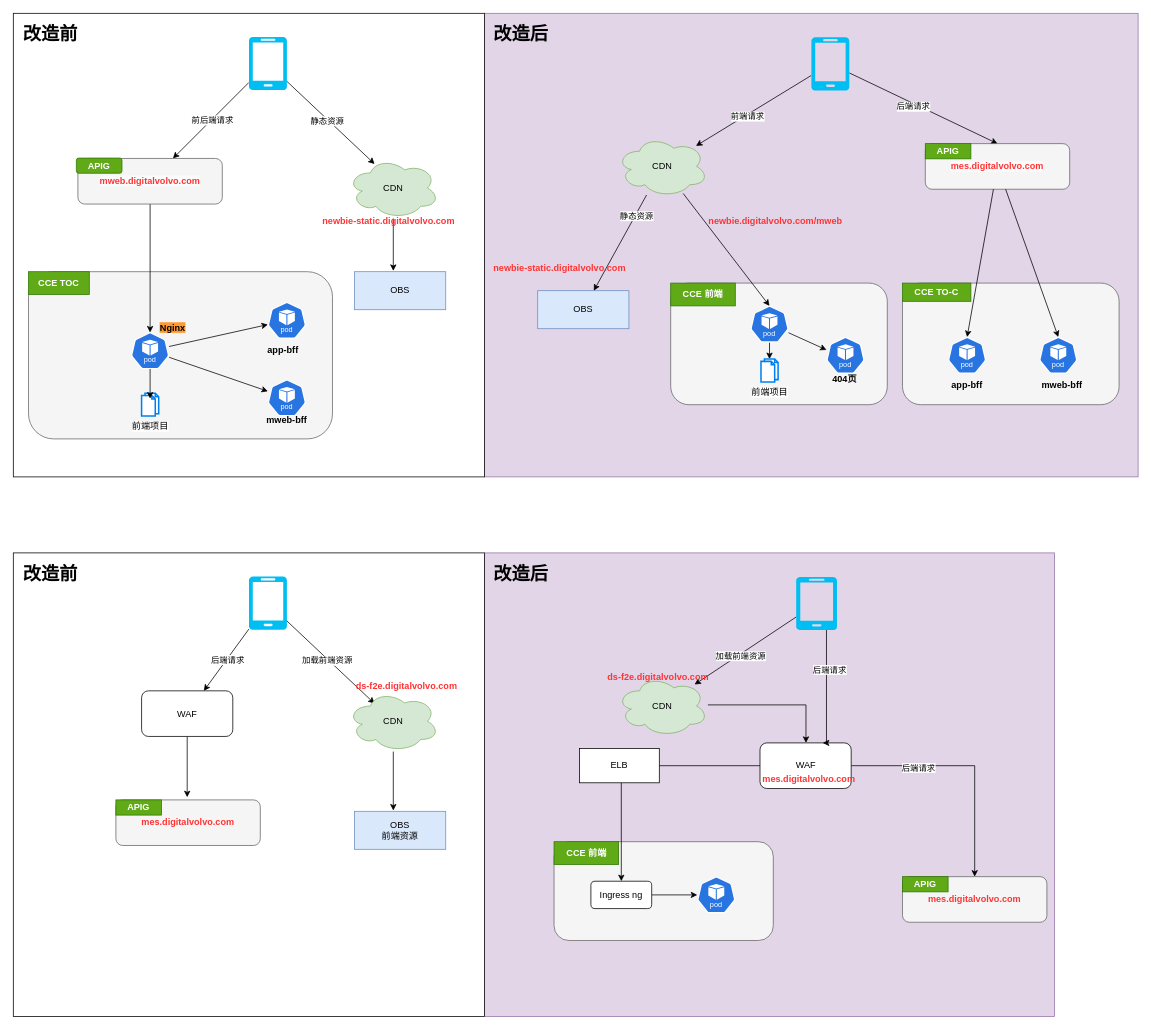
This is 前端改造.drawio from 463024907/draw.io, a draw.io file, before an edit. Source tidied: cells renumbered, new cells numbered last; positions are measured from the earlier drawing's top-left corner, leaving out a move shared by most shapes. Both pictures are drawn from the tidied source at 76%, with x=0, y=0 at pixel (13, 13).
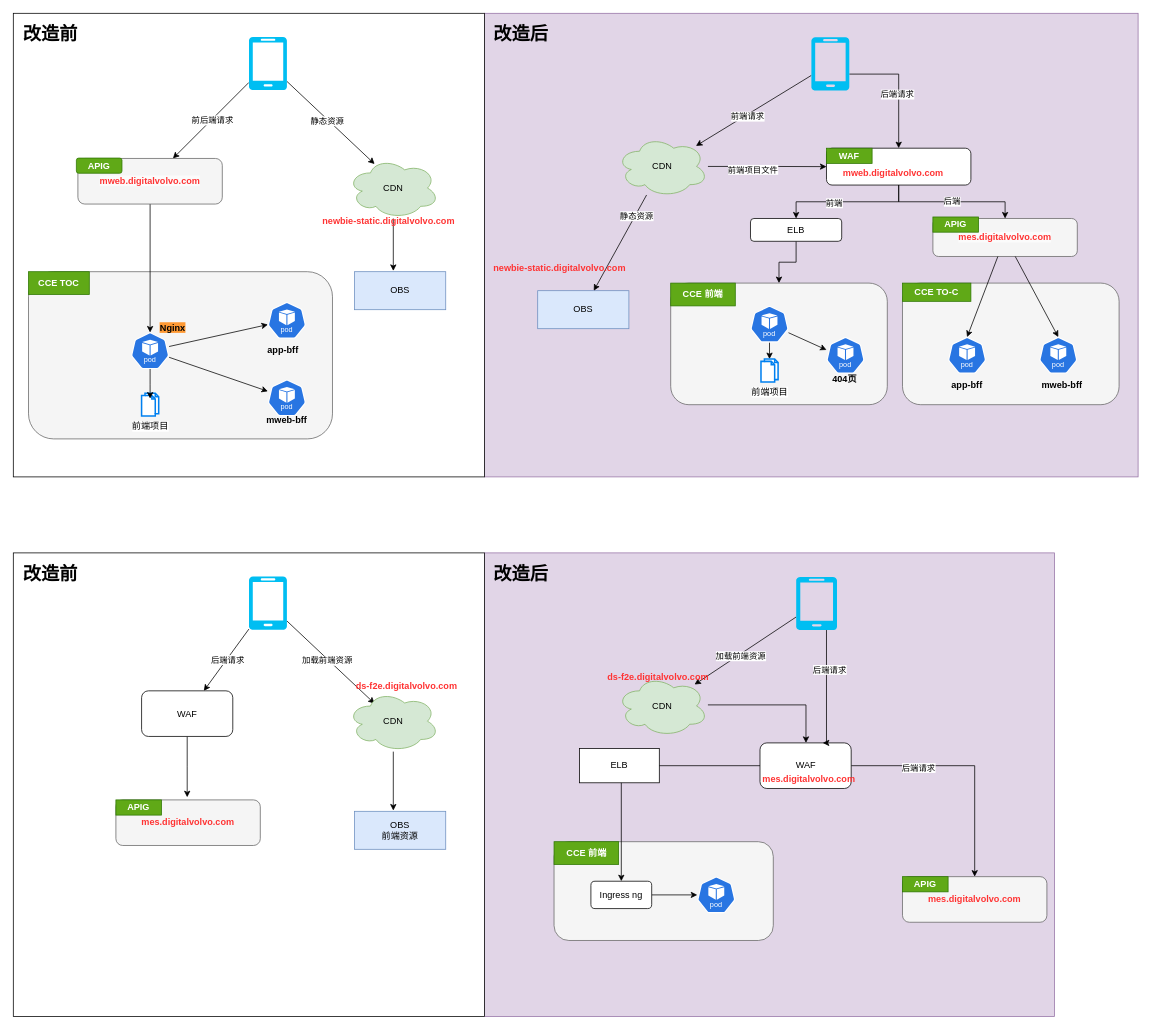
Above is the later version.

The change refers to these unchanged cells:
```xml
<mxCell id="28" style="verticalLabelPosition=bottom;html=1;verticalAlign=top;align=center;strokeColor=none;fillColor=#00BEF2;shape=mxgraph.azure.mobile;" parent="1" vertex="1">
  <mxGeometry x="1050" y="31.5" width="50" height="70" as="geometry" />
</mxCell>
<mxCell id="35" value="CDN" style="ellipse;shape=cloud;whiteSpace=wrap;html=1;fillColor=#d5e8d4;strokeColor=#82b366;" parent="1" vertex="1">
  <mxGeometry x="794" y="161.5" width="120" height="80" as="geometry" />
</mxCell>
<mxCell id="38" style="whiteSpace=wrap;html=1;rounded=1;fillColor=#f5f5f5;fontColor=#333333;strokeColor=#666666;" parent="1" vertex="1">
  <mxGeometry x="865" y="355" width="285" height="160" as="geometry" />
</mxCell>
<mxCell id="41" style="sketch=0;html=1;dashed=0;whitespace=wrap;fillColor=#2875E2;strokeColor=#ffffff;points=[[0.005,0.63,0],[0.1,0.2,0],[0.9,0.2,0],[0.5,0,0],[0.995,0.63,0],[0.72,0.99,0],[0.5,1,0],[0.28,0.99,0]];shape=mxgraph.kubernetes.icon2;kubernetesLabel=1;prIcon=pod;" parent="1" vertex="1">
  <mxGeometry x="970" y="385" width="50" height="48" as="geometry" />
</mxCell>
```

Diff of the diagram source:
```diff
@@
-    <mxCell id="26" style="rounded=0;jettySize=auto;html=1;entryX=0.5;entryY=0;entryDx=0;entryDy=0;" parent="1" edge="1" source="28" target="48">
-      <mxGeometry relative="1" as="geometry" />
-    </mxCell>
+    <mxCell id="98" style="edgeStyle=orthogonalEdgeStyle;rounded=0;jettySize=auto;html=1;entryX=0.5;entryY=0;entryDx=0;entryDy=0;" parent="1" edge="1" source="28" target="104">
+      <mxGeometry relative="1" as="geometry">
+        <Array as="points">
+          <mxPoint x="1165" y="80" />
+        </Array>
+      </mxGeometry>
+    </mxCell>
-    <mxCell id="27" value="后端请求" style="edgeLabel;html=1;align=center;verticalAlign=middle;" parent="26" vertex="1">
-      <mxGeometry x="-0.13" y="-4" relative="1" as="geometry" />
+    <mxCell id="27" value="后端请求" style="edgeLabel;html=1;align=center;verticalAlign=middle;" parent="98" vertex="1">
+      <mxGeometry x="0.12" y="-3" relative="1" as="geometry" />
     </mxCell>
@@
+    <mxCell id="99" style="edgeStyle=orthogonalEdgeStyle;rounded=0;jettySize=auto;html=1;entryX=0;entryY=0.5;entryDx=0;entryDy=0;" parent="1" edge="1" source="35" target="104">
+      <mxGeometry relative="1" as="geometry" />
+    </mxCell>
+    <mxCell id="100" value="前端项目文件" style="edgeLabel;html=1;align=center;verticalAlign=middle;" parent="99" vertex="1">
+      <mxGeometry x="-0.26" y="-3" relative="1" as="geometry">
+        <mxPoint y="1" as="offset" />
+      </mxGeometry>
+    </mxCell>
@@
-    <mxCell id="42" style="rounded=0;jettySize=auto;html=1;entryX=0.5;entryY=0;entryDx=0;entryDy=0;entryPerimeter=0;" parent="1" edge="1" source="35" target="41">
-      <mxGeometry relative="1" as="geometry" />
-    </mxCell>
-    <mxCell id="43" value="newbie.digitalvolvo.com/mweb" style="text;whiteSpace=wrap;fontColor=#FF3333;fontStyle=1;" parent="1" vertex="1">
-      <mxGeometry x="912.5" y="260" width="190" height="40" as="geometry" />
-    </mxCell>
@@
     <mxCell id="48" value="&lt;span style=&quot;font-family: Helvetica; font-size: 12px; font-style: normal; font-variant-ligatures: normal; font-variant-caps: normal; letter-spacing: normal; orphans: 2; text-align: center; text-indent: 0px; text-transform: none; widows: 2; word-spacing: 0px; -webkit-text-stroke-width: 0px; white-space: normal; background-color: rgb(251, 251, 251); text-decoration-thickness: initial; text-decoration-style: initial; text-decoration-color: initial; float: none; display: inline !important;&quot;&gt;&lt;b style=&quot;&quot;&gt;&lt;font color=&quot;#ff3333&quot;&gt;mes.digitalvolvo.com&lt;/font&gt;&lt;/b&gt;&lt;/span&gt;" style="rounded=1;whiteSpace=wrap;html=1;fillColor=#f5f5f5;fontColor=#333333;strokeColor=#666666;" parent="1" vertex="1">
-      <mxGeometry x="1200" y="171.5" width="190" height="60" as="geometry" />
+      <mxGeometry x="1210" y="270" width="190" height="50" as="geometry" />
     </mxCell>
@@
     <mxCell id="57" value="&lt;b&gt;APIG&lt;/b&gt;" style="text;html=1;align=center;verticalAlign=middle;whiteSpace=wrap;rounded=0;fillColor=#60a917;fontColor=#ffffff;strokeColor=#2D7600;" parent="1" vertex="1">
-      <mxGeometry x="1200" y="171.5" width="60" height="20" as="geometry" />
+      <mxGeometry x="1210" y="268" width="60" height="20" as="geometry" />
     </mxCell>
@@
+    <mxCell id="101" style="edgeStyle=orthogonalEdgeStyle;rounded=0;jettySize=auto;html=1;" parent="1" edge="1" source="104" target="107">
+      <mxGeometry relative="1" as="geometry" />
+    </mxCell>
+    <mxCell id="102" value="前端" style="edgeLabel;html=1;align=center;verticalAlign=middle;" parent="101" vertex="1">
+      <mxGeometry x="0.21" y="1" relative="1" as="geometry" />
+    </mxCell>
+    <mxCell id="103" value="后端" style="edgeStyle=orthogonalEdgeStyle;rounded=0;jettySize=auto;html=1;" parent="1" edge="1" source="104" target="48">
+      <mxGeometry relative="1" as="geometry" />
+    </mxCell>
+    <mxCell id="104" style="rounded=1;whiteSpace=wrap;html=1;" parent="1" vertex="1">
+      <mxGeometry x="1070" y="177.5" width="190" height="48.5" as="geometry" />
+    </mxCell>
+    <mxCell id="43" value="mweb.digitalvolvo.com" style="text;whiteSpace=wrap;fontColor=#FF3333;fontStyle=1;" parent="1" vertex="1">
+      <mxGeometry x="1090" y="197" width="190" height="40" as="geometry" />
+    </mxCell>
+    <mxCell id="105" value="&lt;b&gt;WAF&lt;/b&gt;" style="text;html=1;align=center;verticalAlign=middle;whiteSpace=wrap;rounded=0;fillColor=#60a917;fontColor=#ffffff;strokeColor=#2D7600;" parent="1" vertex="1">
+      <mxGeometry x="1070" y="177.5" width="60" height="20" as="geometry" />
+    </mxCell>
+    <mxCell id="106" style="edgeStyle=orthogonalEdgeStyle;rounded=0;jettySize=auto;html=1;" parent="1" edge="1" source="107" target="38">
+      <mxGeometry relative="1" as="geometry" />
+    </mxCell>
+    <mxCell id="107" value="ELB" style="rounded=1;whiteSpace=wrap;html=1;" parent="1" vertex="1">
+      <mxGeometry x="970" y="270" width="120" height="30" as="geometry" />
+    </mxCell>
```
